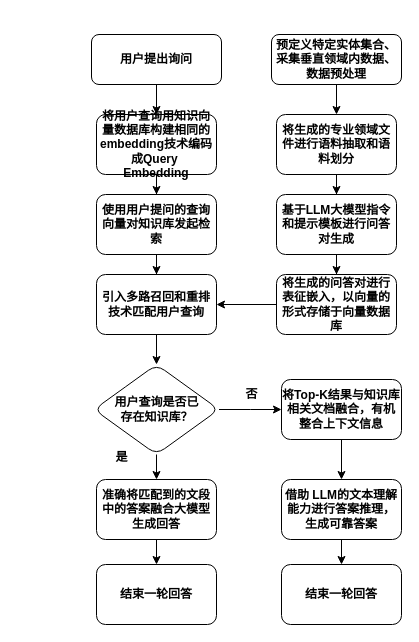
Before: page "Page-1" (1 of 4) of 专利书.drawio in 628014/628014.github.io, a draw.io diagram. Source tidied: cells renumbered, new cells numbered last; positions are measured from the earlier drawing's top-left corner, leaving out a move shared by most shapes. Both pictures are drawn from the tidied source at 100%, with x=0, y=0 at pixel (91, 34).
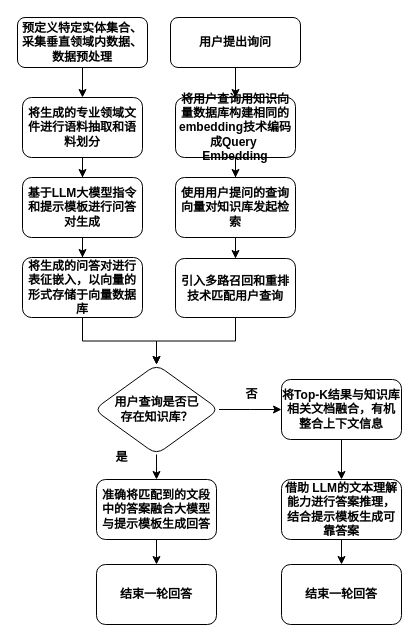
The same diagram, later.

Commit message:
更新专利书.drawio

The change refers to these unchanged cells:
```xml
<mxCell id="25" value="用户查询是否已&lt;br&gt;存在知识库？" style="rhombus;whiteSpace=wrap;html=1;rounded=1;glass=0;strokeWidth=1;shadow=0;fontStyle=1;fontFamily=Helvetica;" parent="1" vertex="1">
  <mxGeometry x="2.5" y="330" width="125" height="90" as="geometry" />
</mxCell>
```

What changed in the source:
```diff
@@
     <mxCell id="3" value="预定义特定实体集合、采集垂直领域内数据、数据预处理" style="rounded=1;whiteSpace=wrap;html=1;fontSize=12;glass=0;strokeWidth=1;shadow=0;fontStyle=1;fontFamily=Helvetica;" parent="1" vertex="1">
-      <mxGeometry x="180" width="130" height="50" as="geometry" />
+      <mxGeometry x="-74" y="-17" width="130" height="50" as="geometry" />
     </mxCell>
@@
     <mxCell id="5" value="将生成的专业领域文件进行语料抽取和语料划分" style="whiteSpace=wrap;html=1;rounded=1;glass=0;strokeWidth=1;shadow=0;fontStyle=1;fontFamily=Helvetica;" parent="1" vertex="1">
-      <mxGeometry x="185" y="80" width="120" height="60" as="geometry" />
+      <mxGeometry x="-69" y="63" width="120" height="60" as="geometry" />
     </mxCell>
@@
     <mxCell id="7" value="&lt;p class=&quot;MsoNormal&quot;&gt;基于LLM大模型指令和提示模板进行问答对生成&lt;/p&gt;" style="rounded=1;whiteSpace=wrap;html=1;glass=0;strokeWidth=1;shadow=0;fontStyle=1;fontFamily=Helvetica;" parent="1" vertex="1">
-      <mxGeometry x="185" y="160" width="120" height="60" as="geometry" />
+      <mxGeometry x="-69" y="143" width="120" height="60" as="geometry" />
     </mxCell>
-    <mxCell id="8" style="edgeStyle=orthogonalEdgeStyle;rounded=0;jettySize=auto;html=1;fontStyle=1;fontFamily=Helvetica;" parent="1" edge="1" source="9" target="17">
-      <mxGeometry relative="1" as="geometry" />
-    </mxCell>
+    <mxCell id="31" style="edgeStyle=orthogonalEdgeStyle;rounded=0;jettySize=auto;html=1;exitX=0.5;exitY=1;exitDx=0;exitDy=0;entryX=0.5;entryY=0;entryDx=0;entryDy=0;" parent="1" edge="1" source="9" target="25">
+      <mxGeometry relative="1" as="geometry" />
+    </mxCell>
     <mxCell id="9" value="将生成的问答对进行表征嵌入，以向量的形式存储于向量数据库" style="rounded=1;whiteSpace=wrap;html=1;glass=0;strokeWidth=1;shadow=0;fontStyle=1;fontFamily=Helvetica;" parent="1" vertex="1">
-      <mxGeometry x="185" y="240" width="120" height="60" as="geometry" />
+      <mxGeometry x="-69" y="223" width="120" height="60" as="geometry" />
     </mxCell>
@@
     <mxCell id="11" value="用户提出询问" style="rounded=1;whiteSpace=wrap;html=1;fontSize=12;glass=0;strokeWidth=1;shadow=0;fontStyle=1;fontFamily=Helvetica;" parent="1" vertex="1">
-      <mxGeometry width="130" height="50" as="geometry" />
+      <mxGeometry x="79" y="-17" width="130" height="50" as="geometry" />
     </mxCell>
@@
     <mxCell id="13" value="&lt;p class=&quot;MsoNormal&quot;&gt;将用户查询用知识向量数据库构建相同的embedding技术编码成Query&amp;nbsp; Embedding&lt;/p&gt;" style="whiteSpace=wrap;html=1;rounded=1;glass=0;strokeWidth=1;shadow=0;fontStyle=1;fontFamily=Helvetica;" parent="1" vertex="1">
-      <mxGeometry x="5" y="80" width="120" height="60" as="geometry" />
+      <mxGeometry x="84" y="63" width="120" height="60" as="geometry" />
     </mxCell>
@@
     <mxCell id="15" value="&lt;p class=&quot;MsoNormal&quot;&gt;使用用户提问的查询向量对知识库发起检索&lt;/p&gt;" style="rounded=1;whiteSpace=wrap;html=1;glass=0;strokeWidth=1;shadow=0;fontStyle=1;fontFamily=Helvetica;" parent="1" vertex="1">
-      <mxGeometry x="5" y="160" width="120" height="60" as="geometry" />
+      <mxGeometry x="84" y="143" width="120" height="60" as="geometry" />
     </mxCell>
-    <mxCell id="16" style="edgeStyle=orthogonalEdgeStyle;rounded=0;jettySize=auto;html=1;fontStyle=1;fontFamily=Helvetica;" parent="1" edge="1" source="17" target="25">
+    <mxCell id="16" style="edgeStyle=orthogonalEdgeStyle;rounded=0;jettySize=auto;html=1;exitX=0.5;exitY=1;exitDx=0;exitDy=0;entryX=0.5;entryY=0;entryDx=0;entryDy=0;spacingBottom=5;" parent="1" edge="1" source="17" target="25">
       <mxGeometry relative="1" as="geometry" />
     </mxCell>
     <mxCell id="17" value="引入多路召回和重排技术匹配用户查询" style="rounded=1;whiteSpace=wrap;html=1;glass=0;strokeWidth=1;shadow=0;fontStyle=1;fontFamily=Helvetica;" parent="1" vertex="1">
-      <mxGeometry x="5" y="240" width="120" height="60" as="geometry" />
+      <mxGeometry x="84" y="224" width="120" height="59" as="geometry" />
     </mxCell>
@@
-    <mxCell id="21" value="借助&amp;nbsp;LLM的文本理解能力进行答案推理，生成可靠答案" style="rounded=1;whiteSpace=wrap;html=1;glass=0;strokeWidth=1;shadow=0;fontStyle=1;fontFamily=Helvetica;" parent="1" vertex="1">
+    <mxCell id="21" value="借助&amp;nbsp;LLM的文本理解能力进行答案推理，结合提示模板生成可靠答案" style="rounded=1;whiteSpace=wrap;html=1;glass=0;strokeWidth=1;shadow=0;fontStyle=1;fontFamily=Helvetica;" parent="1" vertex="1">
       <mxGeometry x="190" y="445" width="120" height="60" as="geometry" />
     </mxCell>
@@
-    <mxCell id="27" value="准确将匹配到的文段中的答案融合大模型生成回答" style="rounded=1;whiteSpace=wrap;html=1;glass=0;strokeWidth=1;shadow=0;fontStyle=1;fontFamily=Helvetica;" parent="1" vertex="1">
+    <mxCell id="27" value="准确将匹配到的文段中的答案融合大模型与提示模板生成回答" style="rounded=1;whiteSpace=wrap;html=1;glass=0;strokeWidth=1;shadow=0;fontStyle=1;fontFamily=Helvetica;" parent="1" vertex="1">
       <mxGeometry x="5" y="445" width="120" height="60" as="geometry" />
     </mxCell>
```
